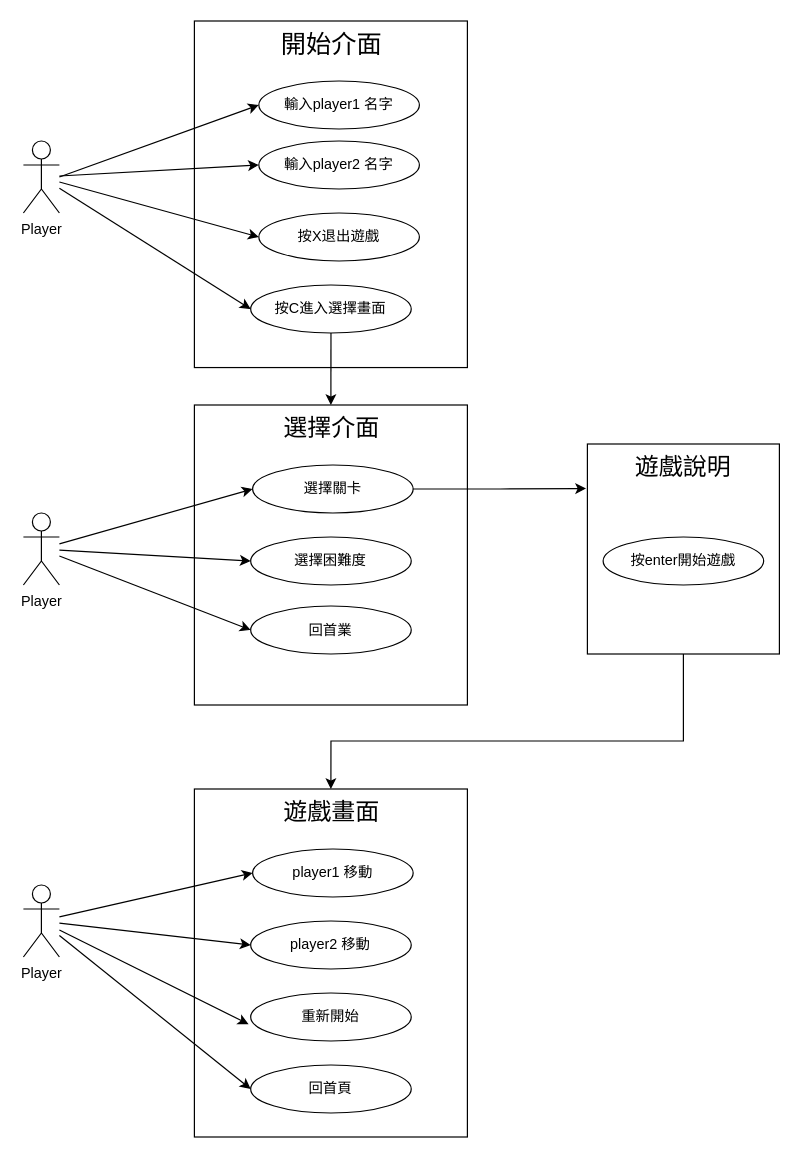
Above: Untitled Diagram.drawio in CHUN983/nuk_assembly_project (draw.io), before the change. Source tidied: cells renumbered, new cells numbered last; positions are measured from the earlier drawing's top-left corner, leaving out a move shared by most shapes. Both pictures are drawn from the tidied source at 120%, with x=0, y=0 at pixel (23, 20).
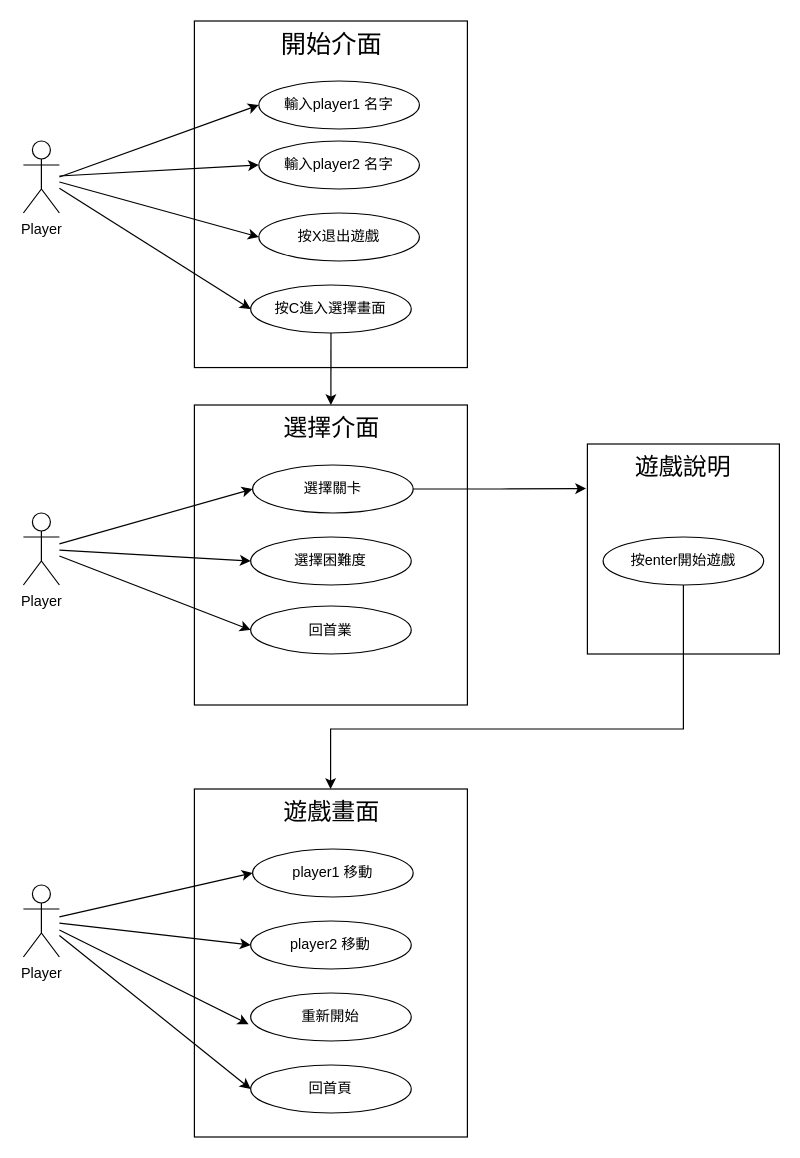
After the change.

Unchanged cells that the change refers to:
```xml
<mxCell id="2" value="&lt;font style=&quot;font-size: 20px;&quot;&gt;遊戲畫面&lt;/font&gt;" style="rounded=0;whiteSpace=wrap;html=1;align=center;verticalAlign=top;" parent="1" vertex="1">
  <mxGeometry x="142.5" y="640" width="227.5" height="290" as="geometry" />
</mxCell>
<mxCell id="27" value="&lt;font style=&quot;font-size: 20px;&quot;&gt;遊戲說明&lt;/font&gt;" style="rounded=0;whiteSpace=wrap;html=1;align=center;verticalAlign=top;" parent="1" vertex="1">
  <mxGeometry x="470" y="352.5" width="160" height="175" as="geometry" />
</mxCell>
<mxCell id="29" value="按enter開始遊戲" style="ellipse;whiteSpace=wrap;html=1;" parent="1" vertex="1">
  <mxGeometry x="483.1" y="430" width="133.8" height="40" as="geometry" />
</mxCell>
```

What changed in the source:
```diff
@@
-    <mxCell id="26" style="edgeStyle=orthogonalEdgeStyle;rounded=0;jettySize=auto;html=1;entryX=0.5;entryY=0;entryDx=0;entryDy=0;strokeColor=default;align=center;verticalAlign=middle;fontFamily=Helvetica;fontSize=11;fontColor=default;labelBackgroundColor=default;endArrow=classic;" parent="1" edge="1" source="27" target="2">
-      <mxGeometry relative="1" as="geometry">
-        <Array as="points">
-          <mxPoint x="550" y="600" />
-          <mxPoint x="256" y="600" />
-        </Array>
-      </mxGeometry>
-    </mxCell>
@@
+    <mxCell id="35" style="edgeStyle=orthogonalEdgeStyle;rounded=0;jettySize=auto;html=1;strokeColor=default;align=center;verticalAlign=middle;fontFamily=Helvetica;fontSize=11;fontColor=default;labelBackgroundColor=default;endArrow=classic;" parent="1" edge="1" source="29" target="2">
+      <mxGeometry relative="1" as="geometry">
+        <Array as="points">
+          <mxPoint x="550" y="590" />
+          <mxPoint x="256" y="590" />
+        </Array>
+      </mxGeometry>
+    </mxCell>
```
